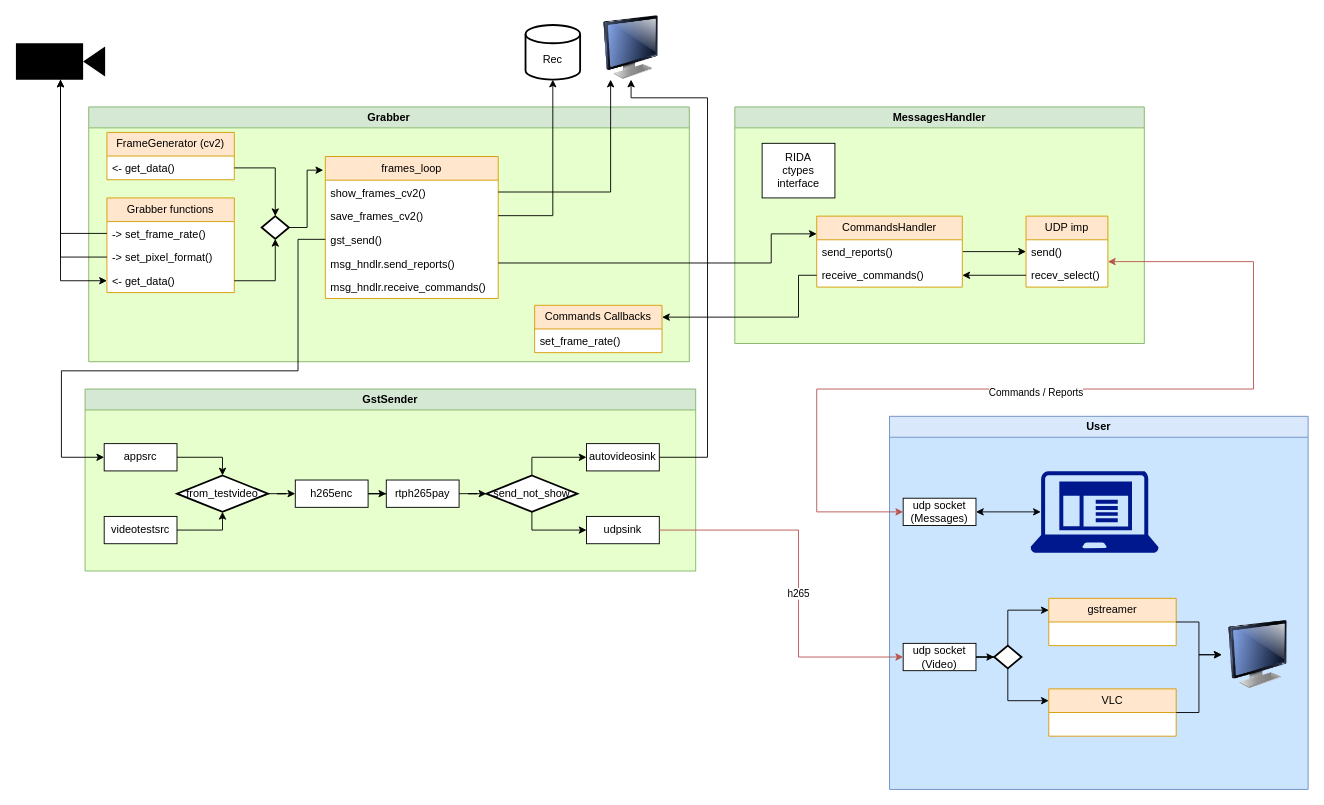
Before: doc/diagram.drawio in serbuh/gige_capture, a draw.io diagram. Source tidied: cells renumbered, new cells numbered last; positions are measured from the earlier drawing's top-left corner, leaving out a move shared by most shapes. Both pictures are drawn from the tidied source at 91%, with x=0, y=0 at pixel (15, 15).
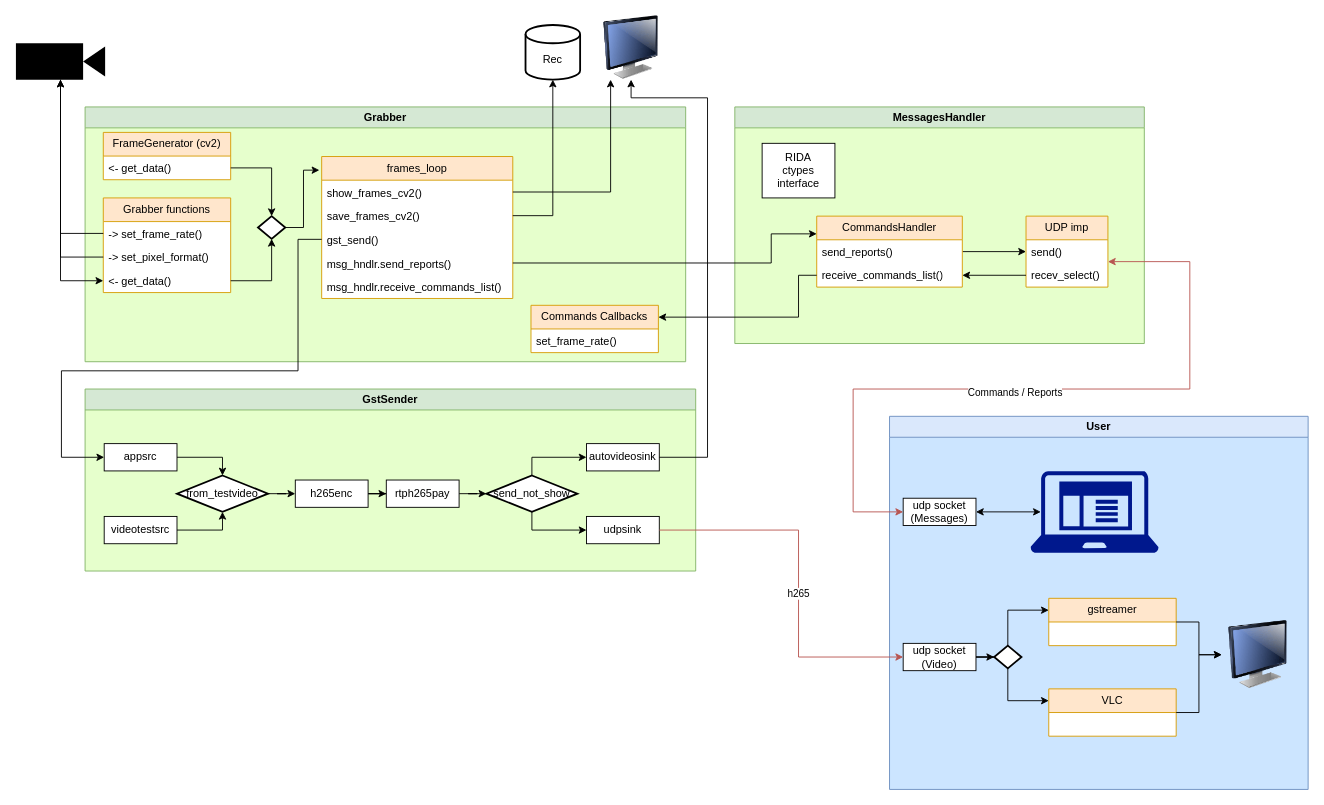
After the change.

The change refers to these unchanged cells:
```xml
<mxCell id="24" value="send()" style="text;strokeColor=none;fillColor=none;align=left;verticalAlign=top;spacingLeft=4;spacingRight=4;overflow=hidden;points=[[0,0.5],[1,0.5]];portConstraint=eastwest;whiteSpace=wrap;html=1;" parent="23" vertex="1">
  <mxGeometry y="26" width="90" height="26" as="geometry" />
</mxCell>
<mxCell id="27" value="CommandsHandler" style="swimlane;fontStyle=0;horizontal=1;startSize=26;fillColor=#ffe6cc;whiteSpace=wrap;html=1;strokeColor=#d79b00;swimlaneFillColor=default;" parent="21" vertex="1">
  <mxGeometry x="90" y="120" width="160" height="78" as="geometry" />
</mxCell>
<mxCell id="43" value="udp socket&lt;br&gt;(Messages)" style="rounded=0;whiteSpace=wrap;html=1;" parent="33" vertex="1">
  <mxGeometry x="15" y="90" width="80" height="30" as="geometry" />
</mxCell>
```

The edit, as a diff of the source:
```diff
@@
     <mxCell id="2" value="Grabber" style="swimlane;whiteSpace=wrap;html=1;comic=0;noLabel=0;swimlaneFillColor=#E6FFCC;fillColor=#d5e8d4;strokeColor=#82b366;" parent="1" vertex="1">
-      <mxGeometry x="80" y="100" width="660" height="280" as="geometry" />
+      <mxGeometry x="76" y="100" width="660" height="280" as="geometry" />
     </mxCell>
@@
     <mxCell id="13" value="frames_loop" style="swimlane;fontStyle=0;horizontal=1;startSize=26;fillColor=#ffe6cc;whiteSpace=wrap;html=1;strokeColor=#d79b00;swimlaneFillColor=default;" parent="2" vertex="1">
-      <mxGeometry x="260" y="54.5" width="190" height="156" as="geometry" />
+      <mxGeometry x="260" y="54.5" width="210" height="156" as="geometry" />
     </mxCell>
     <mxCell id="14" value="show_frames_cv2()" style="text;strokeColor=none;fillColor=none;align=left;verticalAlign=top;spacingLeft=4;spacingRight=4;overflow=hidden;points=[[0,0.5],[1,0.5]];portConstraint=eastwest;whiteSpace=wrap;html=1;" parent="13" vertex="1">
-      <mxGeometry y="26" width="190" height="26" as="geometry" />
+      <mxGeometry y="26" width="210" height="26" as="geometry" />
     </mxCell>
     <mxCell id="15" value="save_frames_cv2()" style="text;strokeColor=none;fillColor=none;align=left;verticalAlign=top;spacingLeft=4;spacingRight=4;overflow=hidden;points=[[0,0.5],[1,0.5]];portConstraint=eastwest;whiteSpace=wrap;html=1;" parent="13" vertex="1">
-      <mxGeometry y="52" width="190" height="26" as="geometry" />
+      <mxGeometry y="52" width="210" height="26" as="geometry" />
     </mxCell>
     <mxCell id="16" value="gst_send()" style="text;strokeColor=none;fillColor=none;align=left;verticalAlign=top;spacingLeft=4;spacingRight=4;overflow=hidden;points=[[0,0.5],[1,0.5]];portConstraint=eastwest;whiteSpace=wrap;html=1;" parent="13" vertex="1">
-      <mxGeometry y="78" width="190" height="26" as="geometry" />
+      <mxGeometry y="78" width="210" height="26" as="geometry" />
     </mxCell>
     <mxCell id="17" value="msg_hndlr.send_reports()" style="text;strokeColor=none;fillColor=none;align=left;verticalAlign=top;spacingLeft=4;spacingRight=4;overflow=hidden;points=[[0,0.5],[1,0.5]];portConstraint=eastwest;whiteSpace=wrap;html=1;" parent="13" vertex="1">
-      <mxGeometry y="104" width="190" height="26" as="geometry" />
+      <mxGeometry y="104" width="210" height="26" as="geometry" />
     </mxCell>
-    <mxCell id="18" value="msg_hndlr.receive_commands()" style="text;strokeColor=none;fillColor=none;align=left;verticalAlign=top;spacingLeft=4;spacingRight=4;overflow=hidden;whiteSpace=wrap;html=1;" parent="13" vertex="1">
-      <mxGeometry y="130" width="190" height="26" as="geometry" />
+    <mxCell id="18" value="msg_hndlr.receive_commands_list()" style="text;strokeColor=none;fillColor=none;align=left;verticalAlign=top;spacingLeft=4;spacingRight=4;overflow=hidden;whiteSpace=wrap;html=1;" parent="13" vertex="1">
+      <mxGeometry y="130" width="210" height="26" as="geometry" />
     </mxCell>
@@
-    <mxCell id="29" value="receive_commands()" style="text;strokeColor=none;fillColor=none;align=left;verticalAlign=top;spacingLeft=4;spacingRight=4;overflow=hidden;points=[[0,0.5],[1,0.5]];portConstraint=eastwest;whiteSpace=wrap;html=1;" parent="27" vertex="1">
+    <mxCell id="29" value="receive_commands_list()" style="text;strokeColor=none;fillColor=none;align=left;verticalAlign=top;spacingLeft=4;spacingRight=4;overflow=hidden;points=[[0,0.5],[1,0.5]];portConstraint=eastwest;whiteSpace=wrap;html=1;" parent="27" vertex="1">
       <mxGeometry y="52" width="160" height="26" as="geometry" />
     </mxCell>
@@
     <mxCell id="72" style="edgeStyle=orthogonalEdgeStyle;rounded=0;jettySize=auto;html=1;entryX=0;entryY=0.5;entryDx=0;entryDy=0;startArrow=classic;startFill=1;fillColor=#f8cecc;strokeColor=#b85450;" parent="1" edge="1" source="24" target="43">
       <mxGeometry relative="1" as="geometry">
         <Array as="points">
-          <mxPoint x="1360" y="270" />
-          <mxPoint x="1360" y="410" />
-          <mxPoint x="880" y="410" />
-          <mxPoint x="880" y="545" />
+          <mxPoint x="1290" y="270" />
+          <mxPoint x="1290" y="410" />
+          <mxPoint x="920" y="410" />
+          <mxPoint x="920" y="545" />
         </Array>
       </mxGeometry>
     </mxCell>
```
